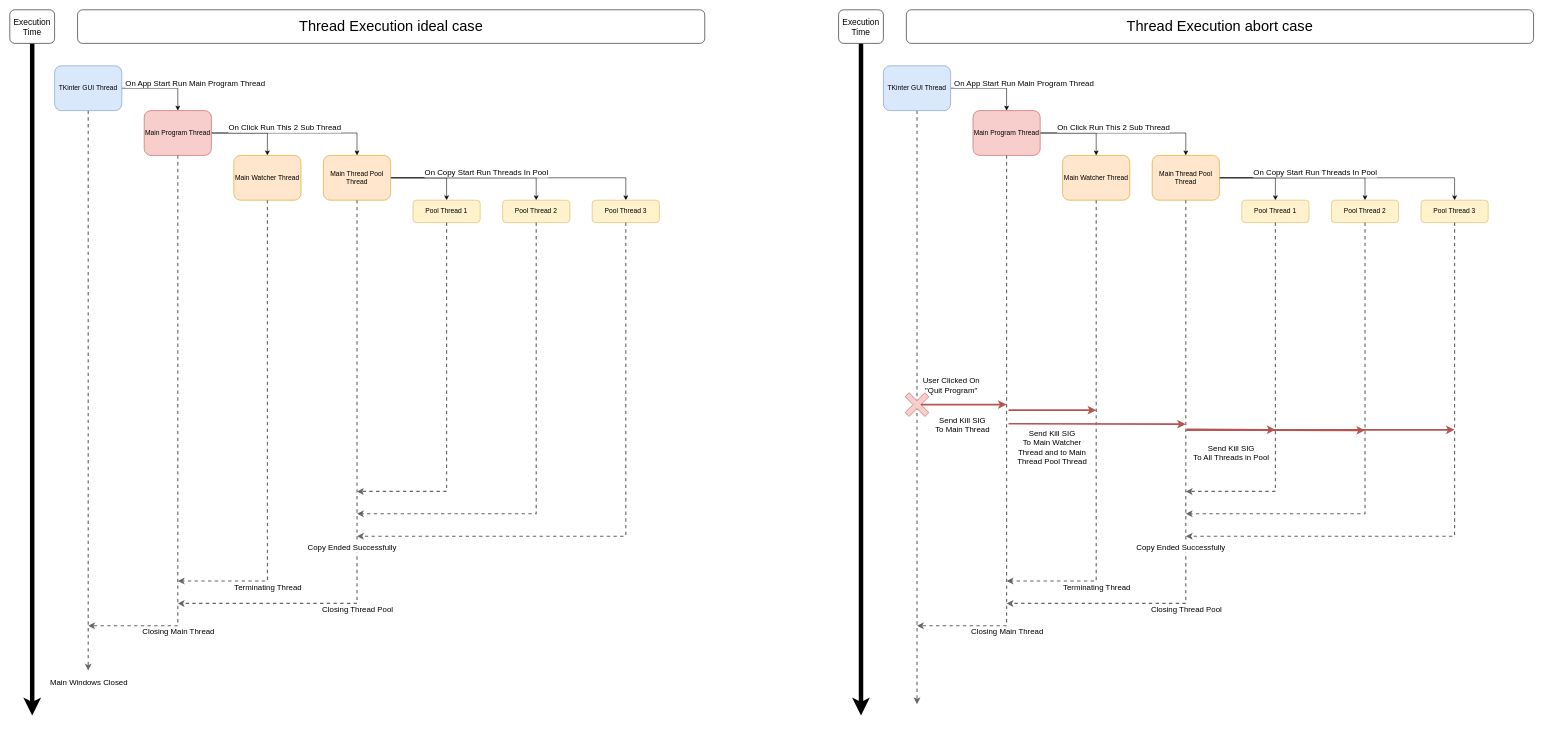
This is ThreadsDiagram.drawio from FabienMnsn/Save-3000, a draw.io file, before an edit. Source tidied: cells renumbered, new cells numbered last; positions are measured from the earlier drawing's top-left corner, leaving out a move shared by most shapes. Both pictures are drawn from the tidied source at 56%, with x=0, y=0 at pixel (10, 10).
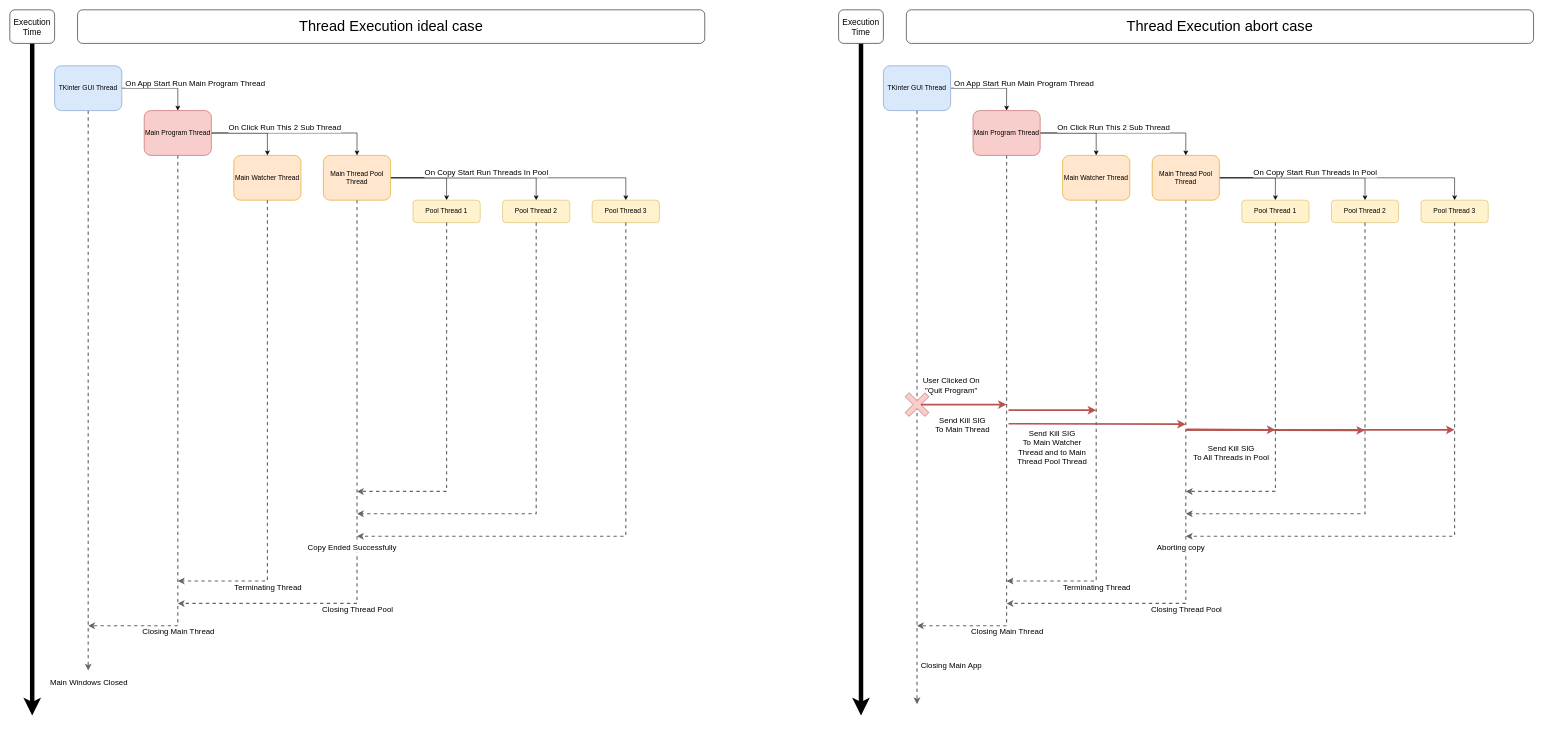
Above is the later version.

Unchanged cells that the change refers to:
```xml
<mxCell id="55" style="edgeStyle=orthogonalEdgeStyle;rounded=0;jettySize=auto;html=1;dashed=1;strokeWidth=2;fillColor=#f5f5f5;strokeColor=#666666;fontStyle=1;exitX=0.5;exitY=1;exitDx=0;exitDy=0;" parent="1" edge="1" source="52">
  <mxGeometry relative="1" as="geometry">
    <mxPoint x="2100" y="940" as="targetPoint" />
    <Array as="points">
      <mxPoint x="2580" y="940" />
    </Array>
  </mxGeometry>
</mxCell>
```

The edit, as a diff of the source:
```diff
@@
-    <mxCell id="56" value="Copy Ended Successfully" style="edgeLabel;html=1;align=center;verticalAlign=middle;fontSize=14;" parent="55" vertex="1">
+    <mxCell id="56" value="Aborting copy" style="edgeLabel;html=1;align=center;verticalAlign=middle;fontSize=14;" parent="55" vertex="1">
       <mxGeometry x="0.6" y="4" relative="1" as="geometry">
         <mxPoint x="-218" y="16" as="offset" />
       </mxGeometry>
     </mxCell>
@@
+    <mxCell id="74" value="Closing Main App" style="edgeLabel;html=1;align=center;verticalAlign=middle;fontSize=14;" parent="1" vertex="1">
+      <mxGeometry x="1680" y="1170" as="geometry" />
+    </mxCell>
```
